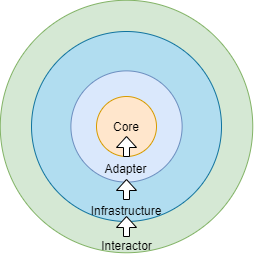
ravedien/clean-architecture keeps this draw.io diagram as CleanArchitecture.png. Above is the earlier version. Source tidied: cells renumbered, new cells last; positions are measured from the earlier drawing's top-left corner, leaving out a move shared by most shapes.
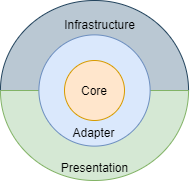
After the change.

The edit, as a diff of the source:
```diff
@@ -2,26 +2,23 @@
   <root>
     <mxCell id="0" />
     <mxCell id="1" parent="0" />
-    <mxCell id="2" value="&lt;br&gt;&lt;br&gt;&lt;br&gt;&lt;br&gt;&lt;br&gt;&lt;br&gt;&lt;br&gt;&lt;br&gt;&lt;br&gt;&lt;br&gt;&lt;br&gt;&lt;br&gt;&lt;br&gt;&lt;br&gt;&lt;br&gt;&lt;br&gt;&lt;br&gt;Interactor" style="ellipse;whiteSpace=wrap;html=1;fillColor=#d5e8d4;strokeColor=#82b366;gradientColor=none;" parent="1" vertex="1">
-      <mxGeometry x="-0.2" y="-0.2" width="252.5" height="252.5" as="geometry" />
-    </mxCell>
-    <mxCell id="3" value="&lt;br&gt;&lt;br&gt;&lt;br&gt;&lt;br&gt;&lt;br&gt;&lt;br&gt;&lt;br&gt;&lt;br&gt;&lt;br&gt;&lt;br&gt;&lt;br&gt;&lt;br&gt;Infrastructure" style="ellipse;whiteSpace=wrap;html=1;fillColor=#b1ddf0;strokeColor=#10739e;" parent="1" vertex="1">
-      <mxGeometry x="31" y="31" width="190" height="190" as="geometry" />
-    </mxCell>
+    <mxCell id="9" style="verticalLabelPosition=bottom;verticalAlign=top;html=1;shape=mxgraph.basic.half_circle;fillColor=#bac8d3;strokeColor=#23445d;direction=west;" parent="1" vertex="1">
+      <mxGeometry x="31.9" y="36" width="188.1" height="90" as="geometry" />
+    </mxCell>
+    <mxCell id="10" style="verticalLabelPosition=bottom;verticalAlign=top;html=1;shape=mxgraph.basic.half_circle;fillColor=#d5e8d4;strokeColor=#82b366;" parent="1" vertex="1">
+      <mxGeometry x="31.9" y="126" width="188.1" height="90" as="geometry" />
+    </mxCell>
     <mxCell id="4" value="&lt;br&gt;&lt;br&gt;&lt;br&gt;&lt;br&gt;&lt;br&gt;&lt;br&gt;Adapter" style="ellipse;whiteSpace=wrap;html=1;fillColor=#dae8fc;strokeColor=#6c8ebf;" parent="1" vertex="1">
       <mxGeometry x="70.4" y="70.4" width="111.2" height="111.2" as="geometry" />
     </mxCell>
     <mxCell id="5" value="Core" style="ellipse;whiteSpace=wrap;html=1;fillColor=#ffe6cc;strokeColor=#d79b00;" parent="1" vertex="1">
       <mxGeometry x="96" y="96" width="60" height="60" as="geometry" />
     </mxCell>
-    <mxCell id="6" style="shape=singleArrow;direction=north;whiteSpace=wrap;html=1;arrowWidth=0.3;arrowSize=0.55;" parent="1" vertex="1">
-      <mxGeometry x="116" y="179" width="20" height="20" as="geometry" />
-    </mxCell>
-    <mxCell id="7" style="shape=singleArrow;direction=north;whiteSpace=wrap;html=1;arrowWidth=0.3;arrowSize=0.55;" parent="1" vertex="1">
-      <mxGeometry x="116" y="216" width="20" height="20" as="geometry" />
-    </mxCell>
-    <mxCell id="8" style="shape=singleArrow;direction=north;whiteSpace=wrap;html=1;arrowWidth=0.3;arrowSize=0.55;" parent="1" vertex="1">
-      <mxGeometry x="116" y="136" width="20" height="20" as="geometry" />
-    </mxCell>
+    <mxCell id="11" value="Presentation" style="text;html=1;align=center;verticalAlign=middle;" parent="1" vertex="1">
+      <mxGeometry x="86" y="193" width="80" height="20" as="geometry" />
+    </mxCell>
+    <mxCell id="3" value="Infrastructure" style="text;html=1;align=center;verticalAlign=middle;" parent="1" vertex="1">
+      <mxGeometry x="86" y="50.4" width="90" height="20" as="geometry" />
+    </mxCell>
   </root>
 </mxGraphModel>
```
